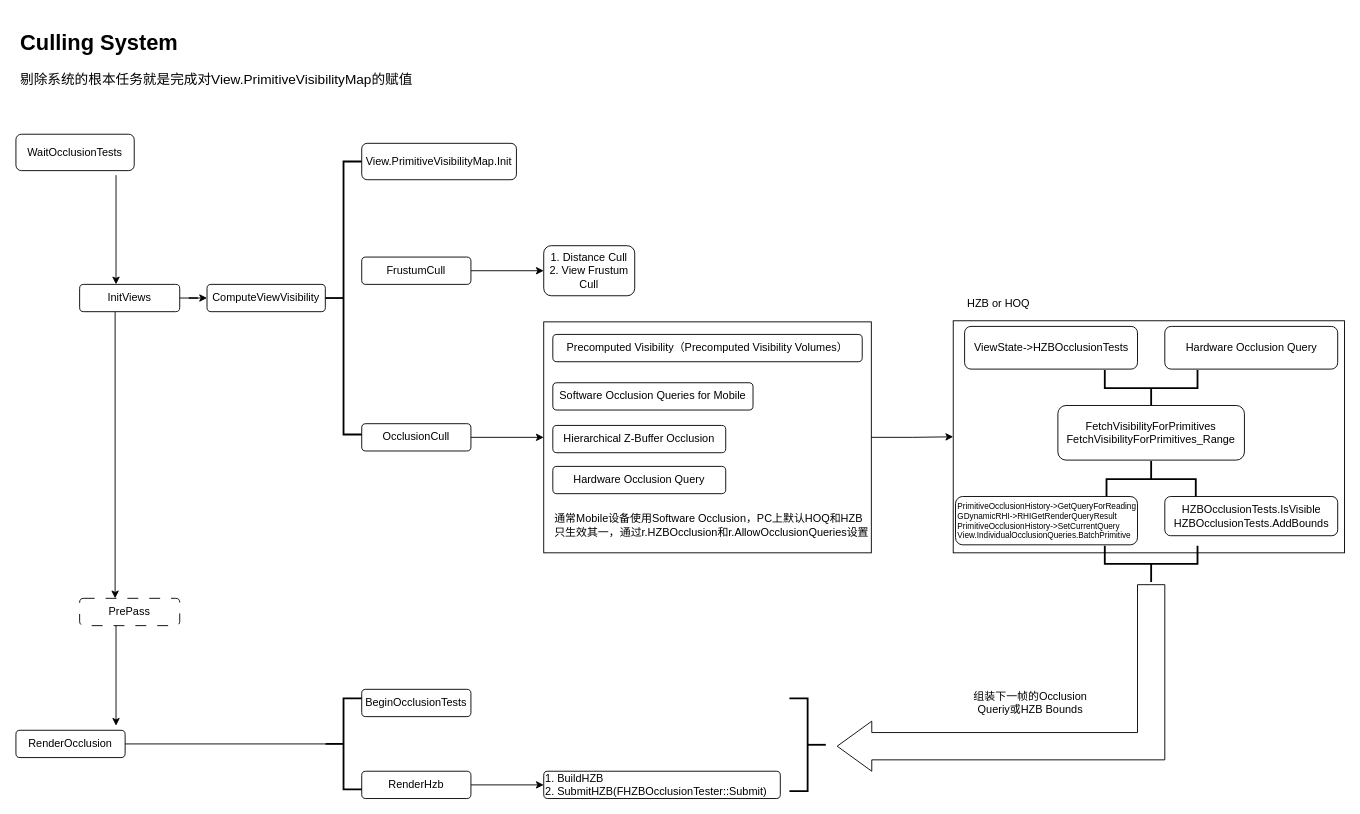
cedarz/UE4Gram keeps this draw.io diagram as CullingSystem.drawio. Above is the earlier version. Source tidied: cells renumbered, new cells numbered last; positions are measured from the earlier drawing's top-left corner, leaving out a move shared by most shapes. Both pictures are drawn from the tidied source at 91%, with x=0, y=0 at pixel (15, 25).
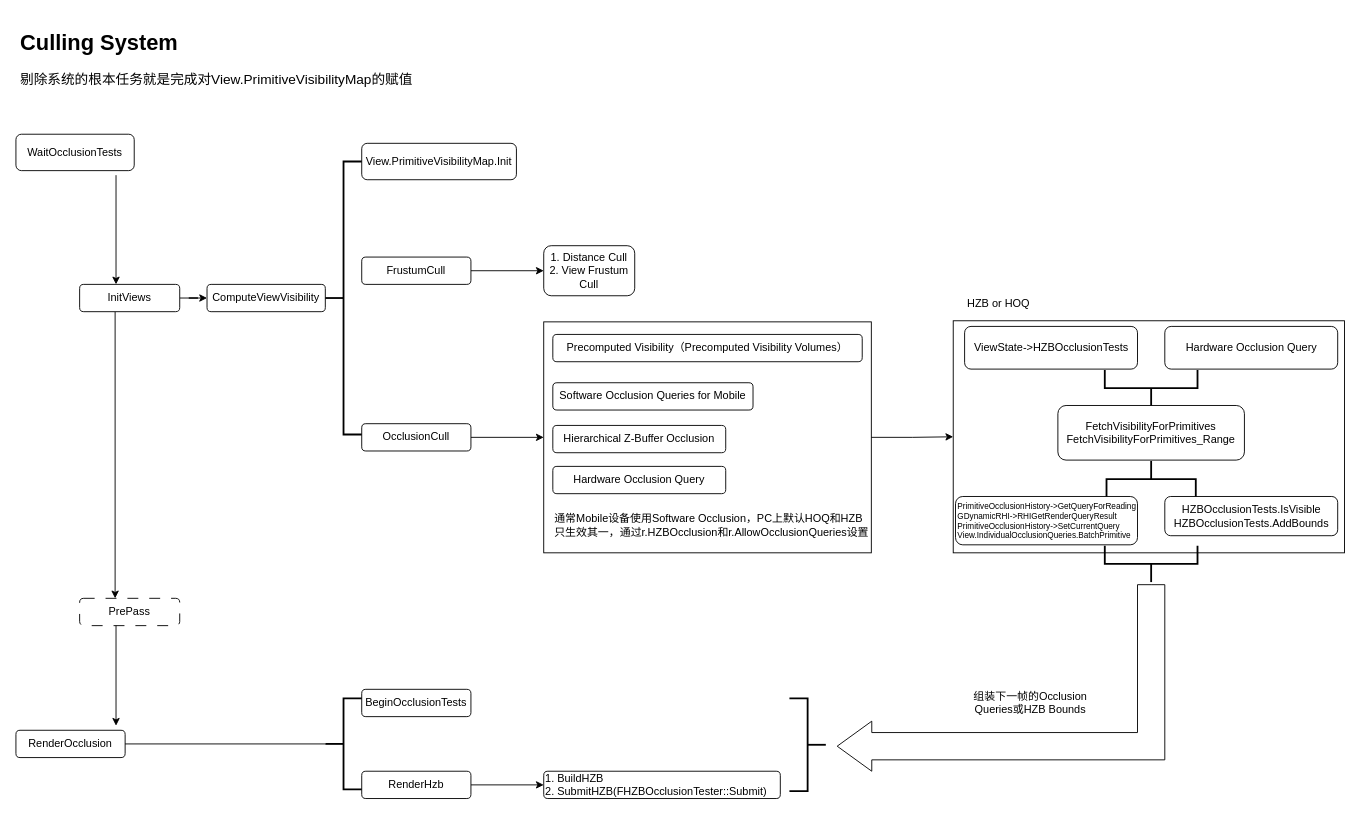
After the change.

Change to the diagram source:
```diff
@@
-    <mxCell id="44" value="组装下一帧的Occlusion Queriy或HZB Bounds" style="text;html=1;strokeColor=none;fillColor=none;align=center;verticalAlign=middle;whiteSpace=wrap;rounded=0;" parent="1" vertex="1">
+    <mxCell id="44" value="组装下一帧的Occlusion Queries或HZB Bounds" style="text;html=1;strokeColor=none;fillColor=none;align=center;verticalAlign=middle;whiteSpace=wrap;rounded=0;" parent="1" vertex="1">
       <mxGeometry x="1050" y="725" width="130" height="40" as="geometry" />
     </mxCell>
```
